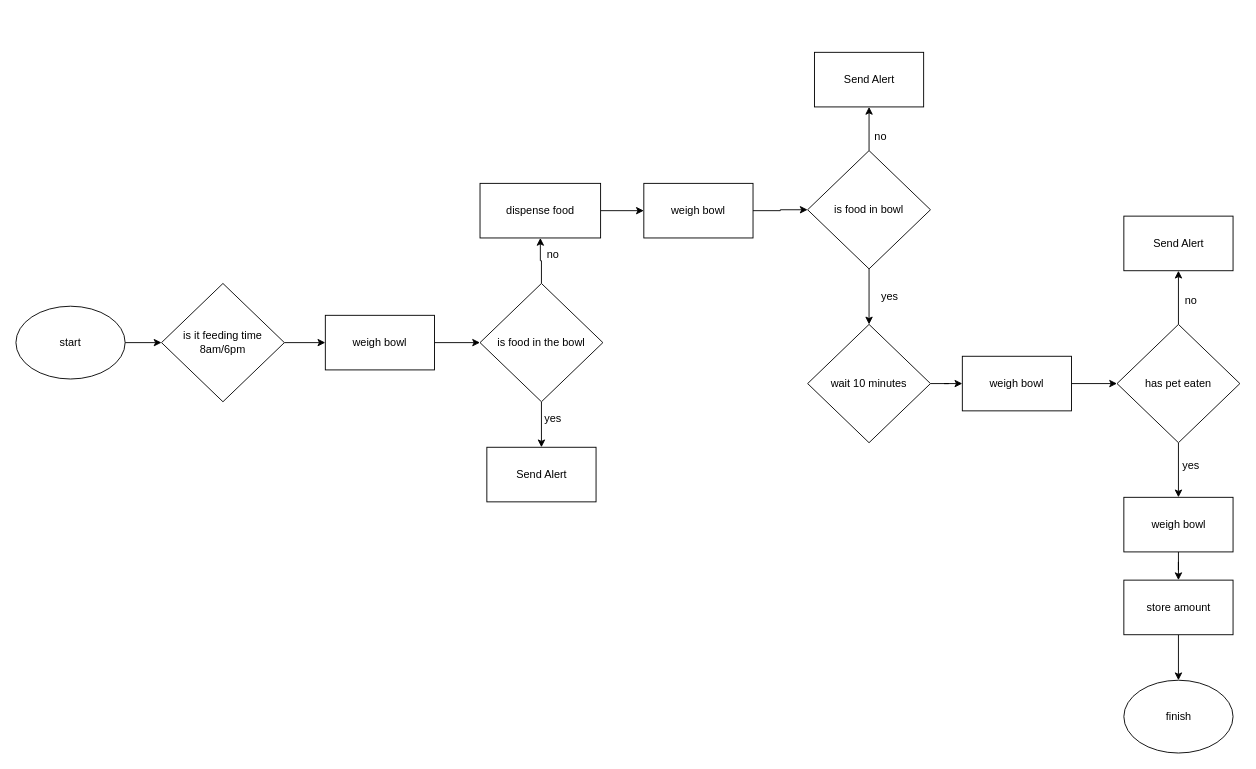
Above: PetFeeder.drawio in Hay1eyS/IntroductiontoIT (draw.io), before the change. Source tidied: cells renumbered, new cells numbered last; positions are measured from the earlier drawing's top-left corner, leaving out a move shared by most shapes. Both pictures are drawn from the tidied source at 91%, with x=0, y=0 at pixel (15, 52).
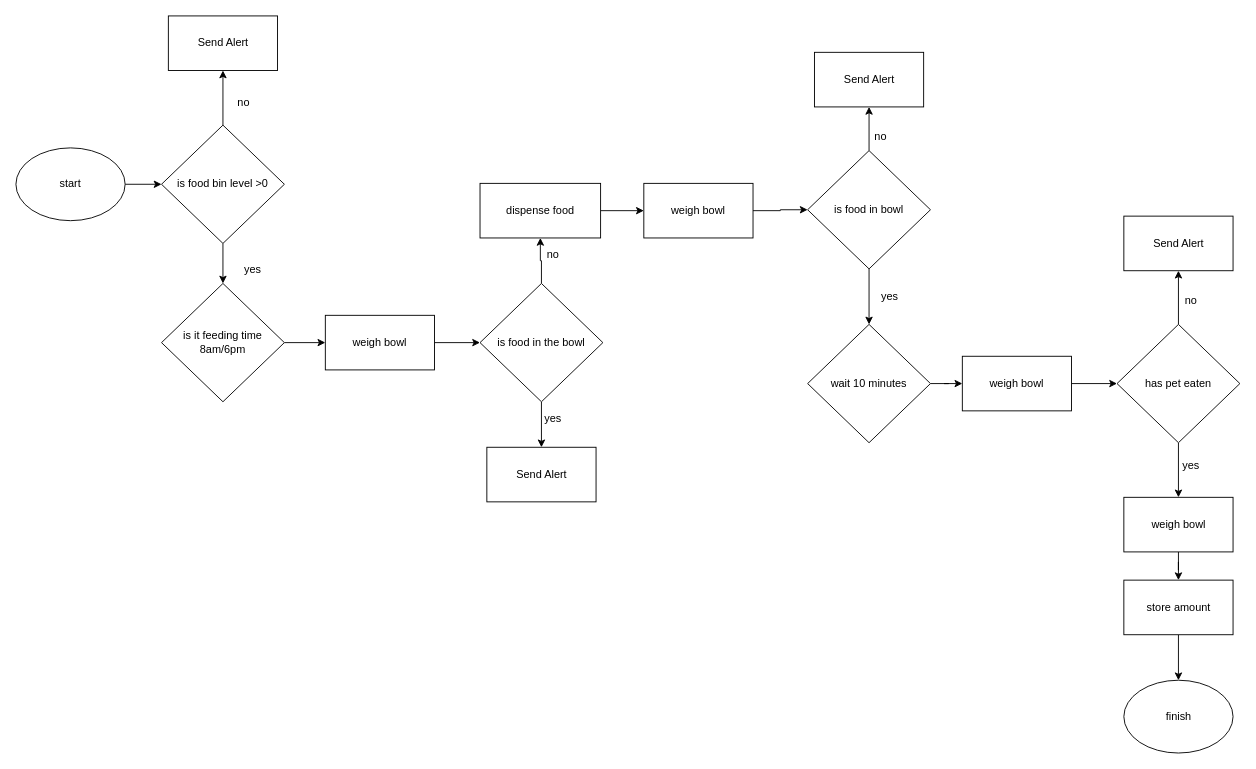
Above is the later version.

Unchanged cells that the change refers to:
```xml
<mxCell id="5" value="is it feeding time 8am/6pm" style="rhombus;whiteSpace=wrap;html=1;" parent="1" vertex="1">
  <mxGeometry x="160" y="254" width="135" height="130" as="geometry" />
</mxCell>
```

Diff of the diagram source:
```diff
@@
-    <mxCell id="2" style="edgeStyle=orthogonalEdgeStyle;rounded=0;jettySize=auto;html=1;" parent="1" edge="1" source="3" target="5">
-      <mxGeometry relative="1" as="geometry" />
-    </mxCell>
+    <mxCell id="39" style="edgeStyle=orthogonalEdgeStyle;rounded=0;jettySize=auto;html=1;" parent="1" edge="1" source="3" target="42">
+      <mxGeometry relative="1" as="geometry" />
+    </mxCell>
     <mxCell id="3" value="start" style="ellipse;whiteSpace=wrap;html=1;" parent="1" vertex="1">
-      <mxGeometry y="279" width="120" height="80" as="geometry" />
+      <mxGeometry y="105" width="120" height="80" as="geometry" />
     </mxCell>
@@
+    <mxCell id="40" style="edgeStyle=orthogonalEdgeStyle;rounded=0;jettySize=auto;html=1;" parent="1" edge="1" source="42" target="5">
+      <mxGeometry relative="1" as="geometry" />
+    </mxCell>
+    <mxCell id="41" style="edgeStyle=orthogonalEdgeStyle;rounded=0;jettySize=auto;html=1;" parent="1" edge="1" source="42" target="44">
+      <mxGeometry relative="1" as="geometry" />
+    </mxCell>
+    <mxCell id="42" value="is food bin level &amp;gt;0" style="rhombus;whiteSpace=wrap;html=1;" parent="1" vertex="1">
+      <mxGeometry x="160" y="80" width="135" height="130" as="geometry" />
+    </mxCell>
+    <mxCell id="43" value="yes" style="text;html=1;align=center;verticalAlign=middle;strokeColor=none;fillColor=none;" parent="1" vertex="1">
+      <mxGeometry x="240" y="224" width="40" height="30" as="geometry" />
+    </mxCell>
+    <mxCell id="44" value="Send Alert" style="rounded=0;whiteSpace=wrap;html=1;" parent="1" vertex="1">
+      <mxGeometry x="167.5" y="-40" width="120" height="60" as="geometry" />
+    </mxCell>
+    <mxCell id="45" value="no" style="text;html=1;align=center;verticalAlign=middle;strokeColor=none;fillColor=none;" parent="1" vertex="1">
+      <mxGeometry x="230" y="40" width="40" height="30" as="geometry" />
+    </mxCell>
```
